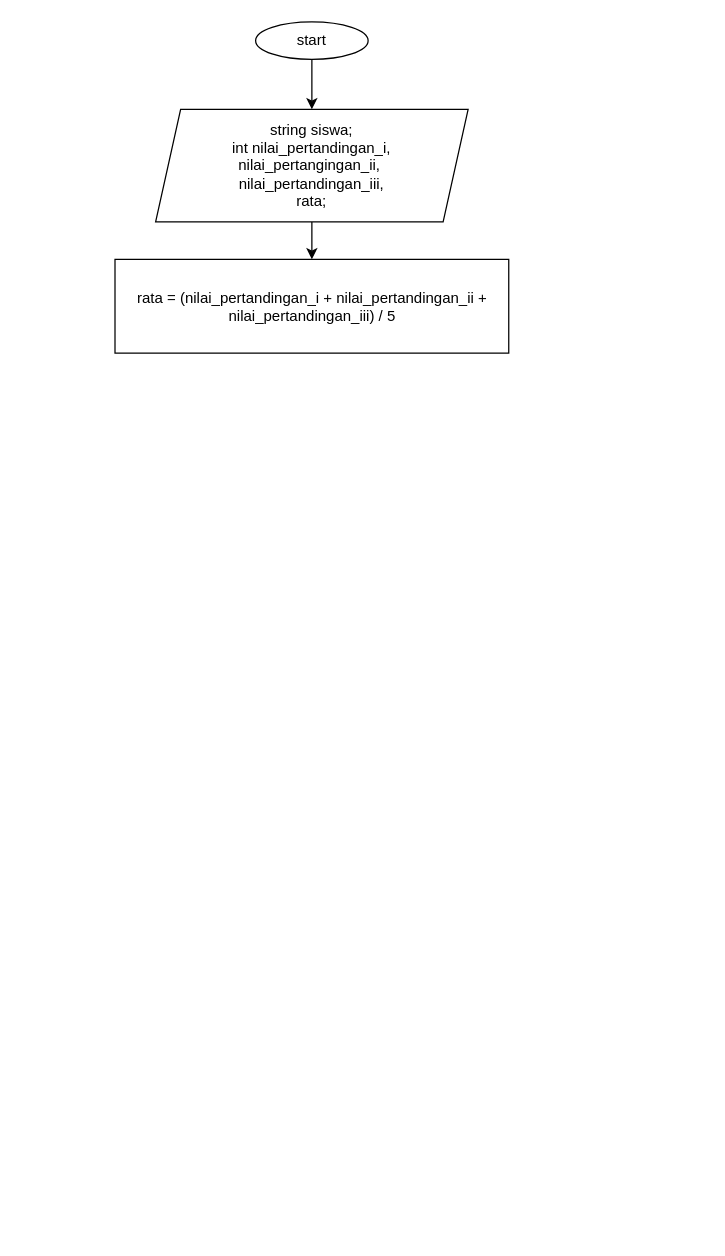
This is Untitled Diagram.drawio from ARK142/aaa, a draw.io file, before an edit. Source tidied: cells renumbered, new cells numbered last; positions are measured from the earlier drawing's top-left corner, leaving out a move shared by most shapes. Both pictures are drawn from the tidied source at 125%, with x=0, y=0 at pixel (115, 21).
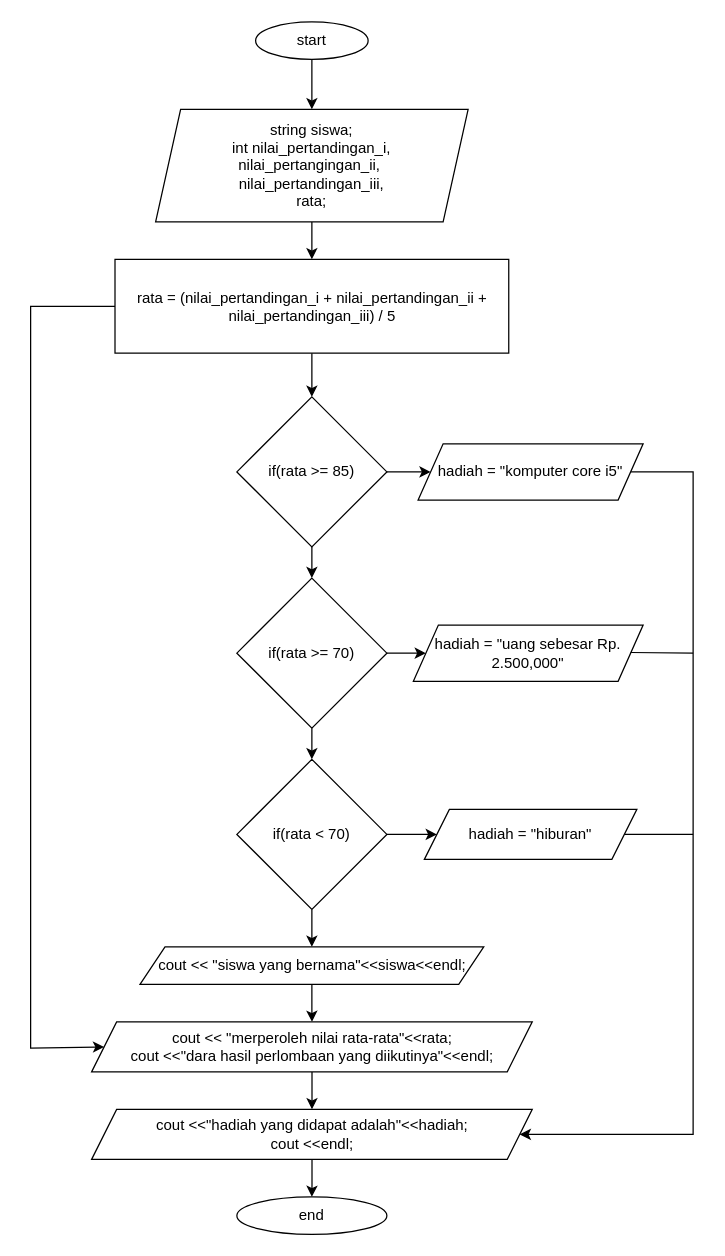
After the change.

Unchanged cells that the change refers to:
```xml
<mxCell id="6" value="rata = (nilai_pertandingan_i + nilai_pertandingan_ii + &lt;br&gt;nilai_pertandingan_iii) / 5" style="whiteSpace=wrap;html=1;" parent="1" vertex="1">
  <mxGeometry x="-0.5" y="190" width="315" height="75" as="geometry" />
</mxCell>
```

The edit, as a diff of the source:
```diff
@@
+    <mxCell id="7" style="edgeStyle=orthogonalEdgeStyle;rounded=0;jettySize=auto;html=1;" parent="1" edge="1" source="6" target="11">
+      <mxGeometry relative="1" as="geometry" />
+    </mxCell>
+    <mxCell id="8" style="edgeStyle=orthogonalEdgeStyle;rounded=0;jettySize=auto;html=1;entryX=0;entryY=0.5;entryDx=0;entryDy=0;" parent="1" edge="1" source="6" target="25">
+      <mxGeometry relative="1" as="geometry">
+        <Array as="points">
+          <mxPoint x="-68" y="228" />
+          <mxPoint x="-68" y="821" />
+        </Array>
+      </mxGeometry>
+    </mxCell>
@@
+    <mxCell id="9" style="edgeStyle=orthogonalEdgeStyle;rounded=0;jettySize=auto;html=1;" parent="1" edge="1" source="11" target="13">
+      <mxGeometry relative="1" as="geometry" />
+    </mxCell>
+    <mxCell id="10" style="edgeStyle=orthogonalEdgeStyle;rounded=0;jettySize=auto;html=1;" parent="1" edge="1" source="11" target="16">
+      <mxGeometry relative="1" as="geometry" />
+    </mxCell>
+    <mxCell id="11" value="if(rata &amp;gt;= 85)" style="rhombus;whiteSpace=wrap;html=1;" parent="1" vertex="1">
+      <mxGeometry x="97" y="300" width="120" height="120" as="geometry" />
+    </mxCell>
+    <mxCell id="12" style="edgeStyle=orthogonalEdgeStyle;rounded=0;jettySize=auto;html=1;" parent="1" edge="1" source="13" target="27">
+      <mxGeometry relative="1" as="geometry">
+        <Array as="points">
+          <mxPoint x="462" y="360" />
+          <mxPoint x="462" y="890" />
+        </Array>
+      </mxGeometry>
+    </mxCell>
+    <mxCell id="13" value="hadiah = &quot;komputer core i5&quot;" style="shape=parallelogram;perimeter=parallelogramPerimeter;whiteSpace=wrap;html=1;fixedSize=1;" parent="1" vertex="1">
+      <mxGeometry x="242" y="337.5" width="180" height="45" as="geometry" />
+    </mxCell>
+    <mxCell id="14" style="edgeStyle=orthogonalEdgeStyle;rounded=0;jettySize=auto;html=1;" parent="1" edge="1" source="16" target="19">
+      <mxGeometry relative="1" as="geometry" />
+    </mxCell>
+    <mxCell id="15" style="edgeStyle=orthogonalEdgeStyle;rounded=0;jettySize=auto;html=1;" parent="1" edge="1" source="16" target="20">
+      <mxGeometry relative="1" as="geometry" />
+    </mxCell>
+    <mxCell id="16" value="if(rata &amp;gt;= 70)" style="rhombus;whiteSpace=wrap;html=1;" parent="1" vertex="1">
+      <mxGeometry x="97" y="445" width="120" height="120" as="geometry" />
+    </mxCell>
+    <mxCell id="17" style="edgeStyle=orthogonalEdgeStyle;rounded=0;jettySize=auto;html=1;" parent="1" edge="1" source="19" target="21">
+      <mxGeometry relative="1" as="geometry" />
+    </mxCell>
+    <mxCell id="18" style="edgeStyle=orthogonalEdgeStyle;rounded=0;jettySize=auto;html=1;" parent="1" edge="1" source="19" target="23">
+      <mxGeometry relative="1" as="geometry" />
+    </mxCell>
+    <mxCell id="19" value="if(rata &amp;lt; 70)" style="rhombus;whiteSpace=wrap;html=1;" parent="1" vertex="1">
+      <mxGeometry x="97" y="590" width="120" height="120" as="geometry" />
+    </mxCell>
+    <mxCell id="20" value="hadiah = &quot;uang sebesar Rp. 2.500,000&quot;" style="shape=parallelogram;perimeter=parallelogramPerimeter;whiteSpace=wrap;html=1;fixedSize=1;" parent="1" vertex="1">
+      <mxGeometry x="238.2" y="482.5" width="183.8" height="45" as="geometry" />
+    </mxCell>
+    <mxCell id="21" value="hadiah = &quot;hiburan&quot;" style="shape=parallelogram;perimeter=parallelogramPerimeter;whiteSpace=wrap;html=1;fixedSize=1;" parent="1" vertex="1">
+      <mxGeometry x="247" y="630" width="170" height="40" as="geometry" />
+    </mxCell>
+    <mxCell id="22" style="edgeStyle=orthogonalEdgeStyle;rounded=0;jettySize=auto;html=1;" parent="1" edge="1" source="23" target="25">
+      <mxGeometry relative="1" as="geometry" />
+    </mxCell>
+    <mxCell id="23" value="cout &amp;lt;&amp;lt; &quot;siswa yang bernama&quot;&amp;lt;&amp;lt;siswa&amp;lt;&amp;lt;endl;" style="shape=parallelogram;perimeter=parallelogramPerimeter;whiteSpace=wrap;html=1;fixedSize=1;" parent="1" vertex="1">
+      <mxGeometry x="19.5" y="740" width="275" height="30" as="geometry" />
+    </mxCell>
+    <mxCell id="24" style="edgeStyle=orthogonalEdgeStyle;rounded=0;jettySize=auto;html=1;" parent="1" edge="1" source="25" target="27">
+      <mxGeometry relative="1" as="geometry" />
+    </mxCell>
+    <mxCell id="25" value="cout &amp;lt;&amp;lt; &quot;merperoleh nilai rata-rata&quot;&amp;lt;&amp;lt;rata;&lt;br&gt;cout &amp;lt;&amp;lt;&quot;dara hasil perlombaan yang diikutinya&quot;&amp;lt;&amp;lt;endl;" style="shape=parallelogram;perimeter=parallelogramPerimeter;whiteSpace=wrap;html=1;fixedSize=1;" parent="1" vertex="1">
+      <mxGeometry x="-19.2" y="800" width="352.5" height="40" as="geometry" />
+    </mxCell>
+    <mxCell id="26" style="edgeStyle=orthogonalEdgeStyle;rounded=0;jettySize=auto;html=1;" parent="1" edge="1" source="27" target="30">
+      <mxGeometry relative="1" as="geometry" />
+    </mxCell>
+    <mxCell id="27" value="cout &amp;lt;&amp;lt;&quot;hadiah yang didapat adalah&quot;&amp;lt;&amp;lt;hadiah;&lt;br&gt;cout &amp;lt;&amp;lt;endl;" style="shape=parallelogram;perimeter=parallelogramPerimeter;whiteSpace=wrap;html=1;fixedSize=1;" parent="1" vertex="1">
+      <mxGeometry x="-19.2" y="870" width="352.5" height="40" as="geometry" />
+    </mxCell>
+    <mxCell id="28" style="endArrow=none;html=1;rounded=0;exitX=1;exitY=0.5;exitDx=0;exitDy=0;" parent="1" edge="1" source="21">
+      <mxGeometry relative="1" as="geometry">
+        <mxPoint x="462" y="650" as="targetPoint" />
+      </mxGeometry>
+    </mxCell>
+    <mxCell id="29" style="endArrow=none;html=1;rounded=0;" parent="1" edge="1">
+      <mxGeometry relative="1" as="geometry">
+        <mxPoint x="412" y="504.5" as="sourcePoint" />
+        <mxPoint x="462" y="505" as="targetPoint" />
+      </mxGeometry>
+    </mxCell>
+    <mxCell id="30" value="end" style="ellipse;whiteSpace=wrap;html=1;" parent="1" vertex="1">
+      <mxGeometry x="97" y="940" width="120" height="30" as="geometry" />
+    </mxCell>
```
